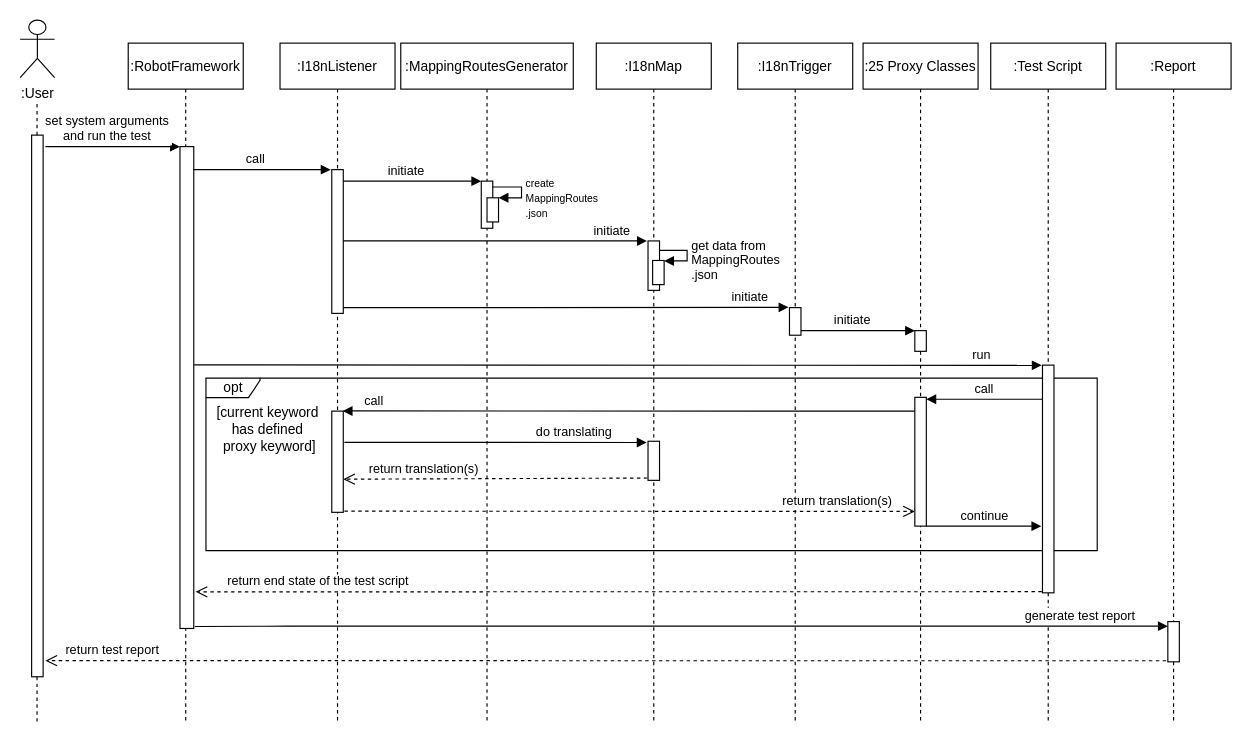
Rexmen/i18n keeps this draw.io diagram as page "第一版i18n系統流程" (3 of 4) of UML/i18n sequence diagram.drawio. Above is the earlier version. Source tidied: cells renumbered, new cells numbered last; positions are measured from the earlier drawing's top-left corner, leaving out a move shared by most shapes. Both pictures are drawn from the tidied source at 115%, with x=0, y=0 at pixel (20, 20).
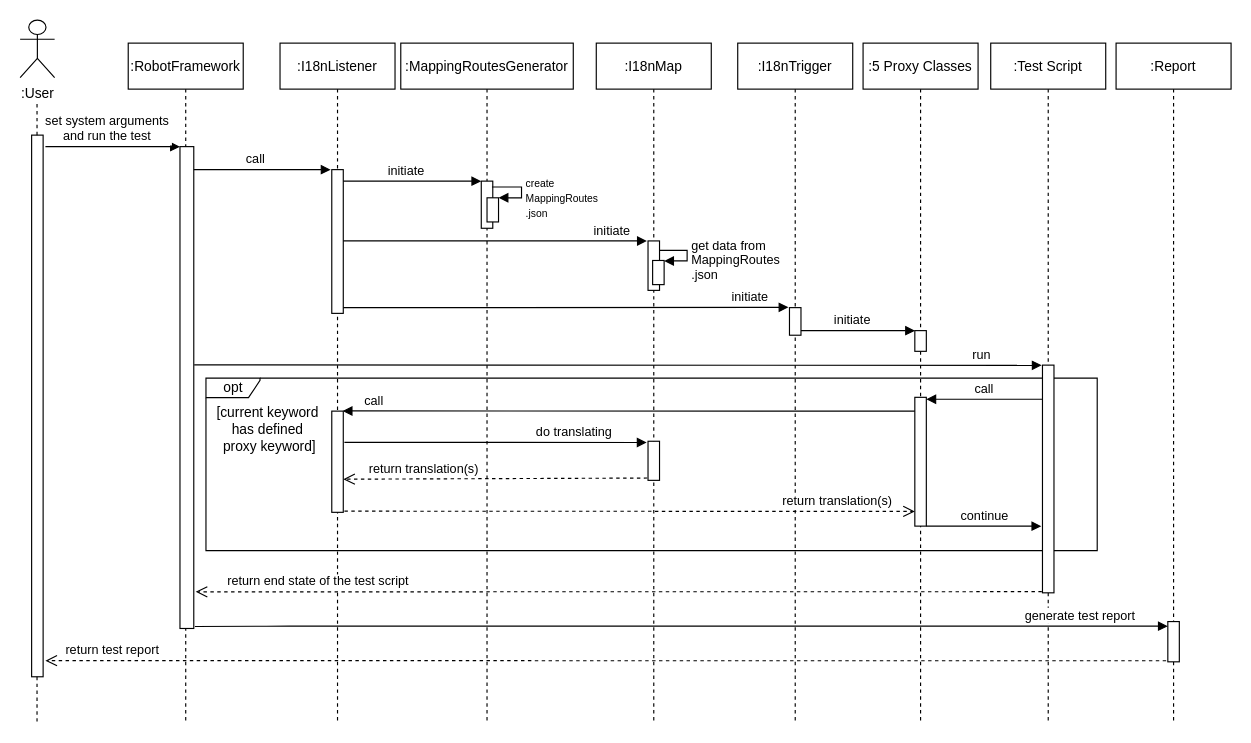
After the change.

Change to the diagram source:
```diff
@@
-    <mxCell id="25" value=":25 Proxy Classes" style="shape=umlLifeline;perimeter=lifelinePerimeter;rounded=0;shadow=0;strokeWidth=1;" parent="1" vertex="1">
+    <mxCell id="25" value=":5 Proxy Classes" style="shape=umlLifeline;perimeter=lifelinePerimeter;rounded=0;shadow=0;strokeWidth=1;" parent="1" vertex="1">
       <mxGeometry x="733" y="20" width="100" height="591" as="geometry" />
     </mxCell>
```
